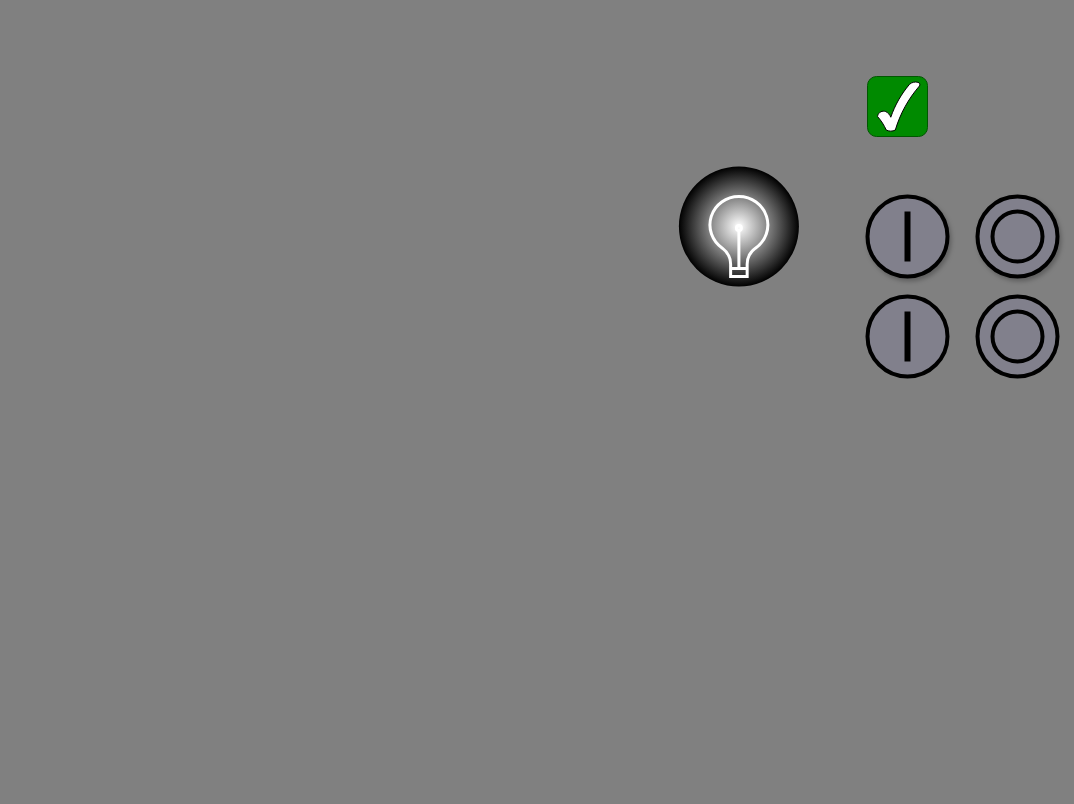
Before: doc/symbols rev10.drawio in DamirKh/rev10, a draw.io diagram. Source tidied: cells renumbered, new cells numbered last; positions are measured from the earlier drawing's top-left corner, leaving out a move shared by most shapes. Both pictures are drawn from the tidied source at 100%, with x=0, y=0 at pixel (678, 76).
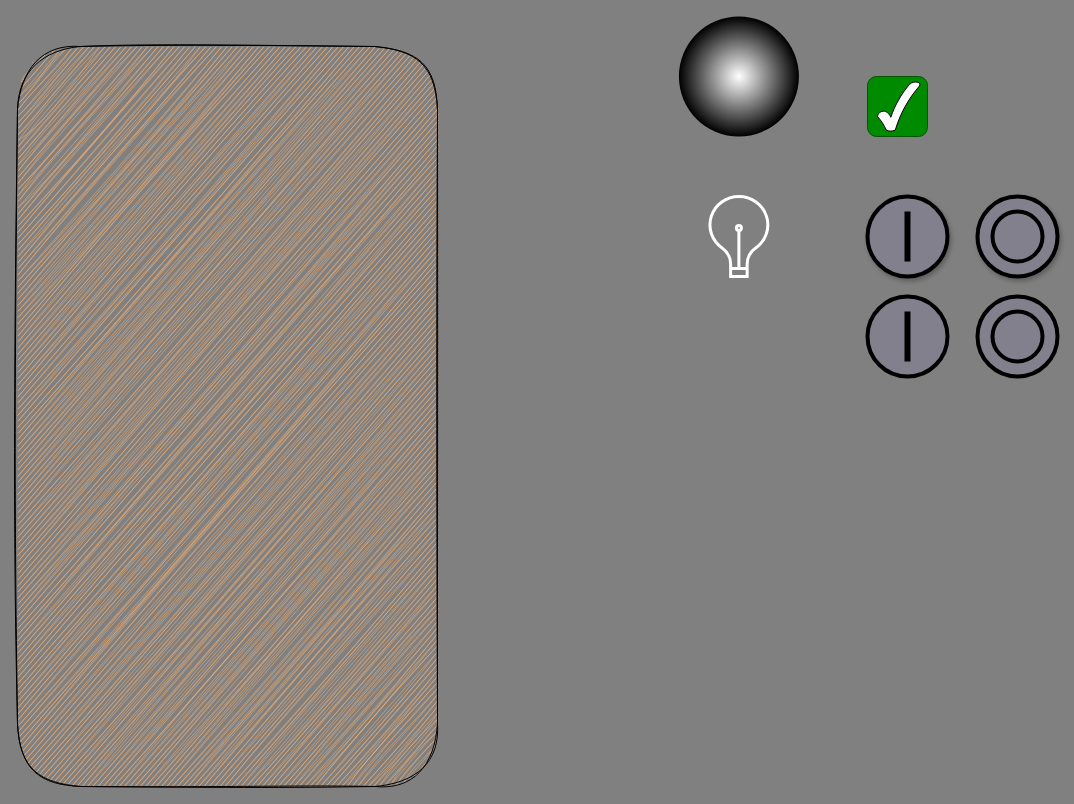
The same page after the edit.

What changed in the source:
```diff
@@
 <mxGraphModel background="#808080">
   <root>
     <mxCell id="0" />
     <mxCell id="1" parent="0" />
     <mxCell id="2" style="rounded=1;whiteSpace=wrap;html=1;fillColor=#008a00;fontColor=#ffffff;strokeColor=#005700;" parent="1" vertex="1">
       <mxGeometry x="189" width="60" height="60" as="geometry" />
     </mxCell>
     <mxCell id="3" style="verticalLabelPosition=bottom;verticalAlign=top;html=1;shape=mxgraph.basic.tick;" parent="1" vertex="1">
       <mxGeometry x="199" y="5" width="42.5" height="50" as="geometry" />
     </mxCell>
     <mxCell id="4" style="ellipse;whiteSpace=wrap;html=1;fillColor=#81808C;strokeColor=#000000;strokeWidth=4;shadow=0;" parent="1" vertex="1">
       <mxGeometry x="189" y="220" width="80" height="80" as="geometry" />
     </mxCell>
     <mxCell id="5" style="line;strokeWidth=6;direction=south;html=1;perimeter=backbonePerimeter;fillColor=default;strokeColor=#000000;" parent="1" vertex="1">
       <mxGeometry x="224" y="235" width="10" height="50" as="geometry" />
     </mxCell>
     <mxCell id="6" style="ellipse;whiteSpace=wrap;html=1;shadow=0;strokeColor=none;strokeWidth=3;fillColor=#FFFFFF;gradientColor=#000000;gradientDirection=radial;" parent="1" vertex="1">
-      <mxGeometry x="0.4" y="90" width="120" height="120" as="geometry" />
+      <mxGeometry x="0.4" y="-60" width="120" height="120" as="geometry" />
     </mxCell>
-    <mxCell id="7" style="html=1;verticalLabelPosition=bottom;align=center;labelBackgroundColor=#ffffff;verticalAlign=top;strokeWidth=3;strokeColor=#FFFFFF;shadow=0;dashed=0;shape=mxgraph.ios7.icons.lightbulb;fillColor=none;" parent="1" vertex="1">
+    <mxCell id="7" style="html=1;verticalLabelPosition=bottom;align=center;labelBackgroundColor=#ffffff;verticalAlign=top;strokeWidth=3;strokeColor=#FFFFFF;shadow=0;dashed=0;shape=mxgraph.ios7.icons.lightbulb;fillColor=#808080;" parent="1" vertex="1">
       <mxGeometry x="29" y="120" width="62.8" height="80" as="geometry" />
     </mxCell>
     <mxCell id="8" style="ellipse;whiteSpace=wrap;html=1;fillColor=#81808C;strokeColor=#000000;strokeWidth=4;shadow=1;" parent="1" vertex="1">
       <mxGeometry x="189" y="120" width="80" height="80" as="geometry" />
     </mxCell>
     <mxCell id="9" style="line;strokeWidth=6;direction=south;html=1;perimeter=backbonePerimeter;fillColor=default;strokeColor=#000000;" parent="1" vertex="1">
       <mxGeometry x="224" y="135" width="10" height="50" as="geometry" />
     </mxCell>
     <mxCell id="10" style="ellipse;whiteSpace=wrap;html=1;fillColor=#81808C;strokeColor=#000000;strokeWidth=4;shadow=1;" parent="1" vertex="1">
       <mxGeometry x="299" y="120" width="80" height="80" as="geometry" />
     </mxCell>
     <mxCell id="11" style="ellipse;whiteSpace=wrap;html=1;fillColor=none;strokeColor=#000000;strokeWidth=4;" parent="1" vertex="1">
       <mxGeometry x="314" y="135" width="50" height="50" as="geometry" />
     </mxCell>
     <mxCell id="12" style="ellipse;whiteSpace=wrap;html=1;fillColor=#81808C;strokeColor=#000000;strokeWidth=4;shadow=0;" parent="1" vertex="1">
       <mxGeometry x="299" y="220" width="80" height="80" as="geometry" />
     </mxCell>
     <mxCell id="13" style="ellipse;whiteSpace=wrap;html=1;fillColor=none;strokeColor=#000000;strokeWidth=4;" parent="1" vertex="1">
       <mxGeometry x="314" y="235" width="50" height="50" as="geometry" />
     </mxCell>
+    <mxCell id="14" style="rounded=1;whiteSpace=wrap;html=1;fillColor=#FFB570;gradientColor=none;glass=0;sketch=1;curveFitting=1;jiggle=2;" parent="1" vertex="1">
+      <mxGeometry x="-661" y="-30" width="420" height="740" as="geometry" />
+    </mxCell>
   </root>
 </mxGraphModel>
```
